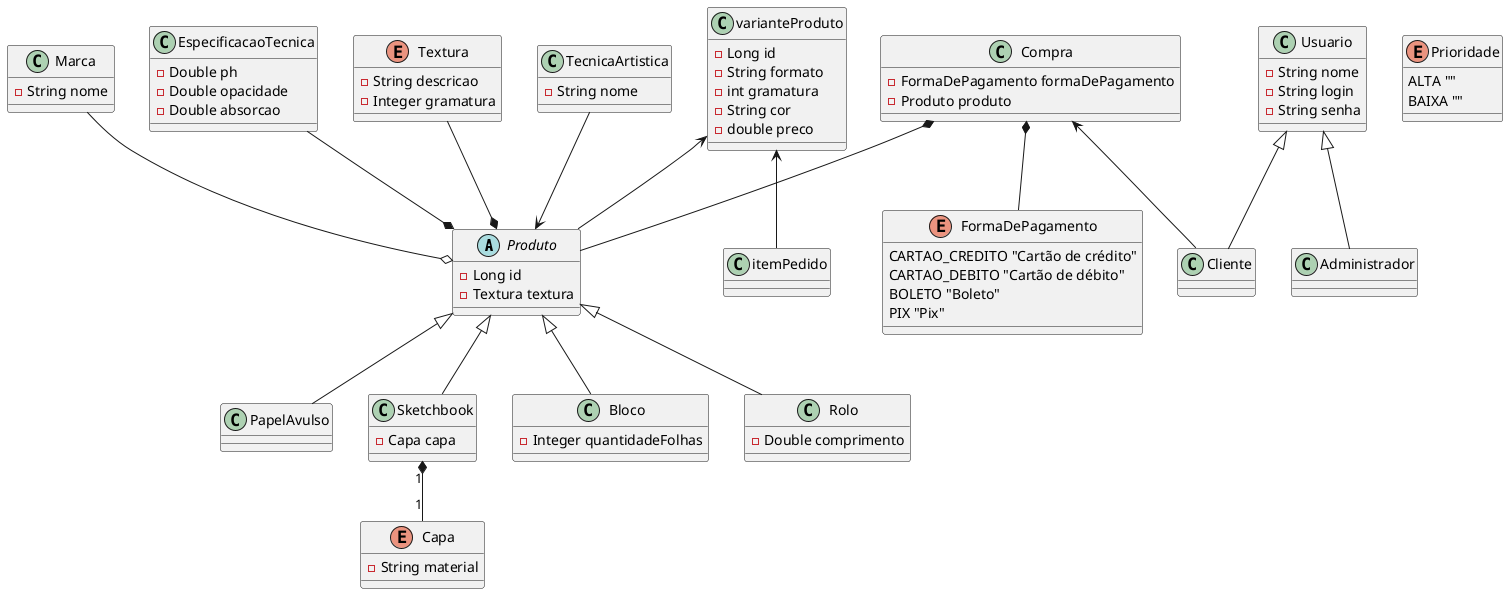
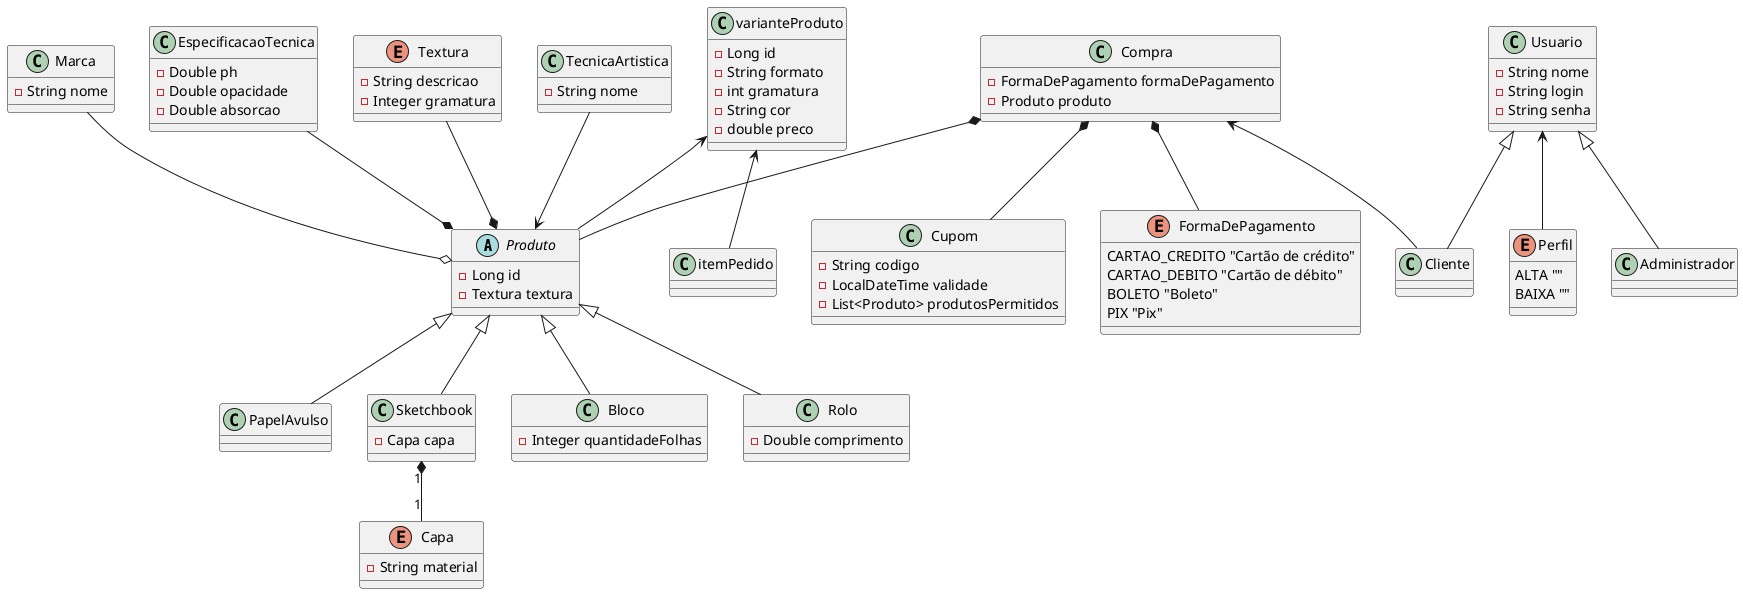
@startuml Diagram

 abstract class Produto {
 -Long id
 -Textura textura
 }

  class PapelAvulso {}

 class TecnicaArtistica {
  -String nome
 }

 class Marca {
-String nome
 }

 class Sketchbook{
 -Capa capa
 }

 class Bloco {
 -Integer quantidadeFolhas
 }


class varianteProduto{
  -Long id
  -String formato
  -int gramatura
  -String cor
  -double preco
}
 class Rolo {
 -Double comprimento
 }



 class EspecificacaoTecnica{
 -Double ph
 -Double opacidade
 -Double absorcao
 }

enum Capa {
-String material
}

enum Textura {
-String descricao
-Integer gramatura
}



Textura --* Produto
varianteProduto <-- Produto
varianteProduto <-- itemPedido
EspecificacaoTecnica --* Produto
Marca --o Produto
TecnicaArtistica --> Produto

Sketchbook "1"*--"1" Capa



Produto <|-- Bloco
Produto <|-- Rolo
Produto <|-- Sketchbook
Produto <|-- PapelAvulso

class Usuario {
-String nome
-String login
-String senha
}

class Cliente {}

enum FormaDePagamento{
CARTAO_CREDITO "Cartão de crédito"
CARTAO_DEBITO "Cartão de débito"
BOLETO "Boleto"
PIX "Pix"
}

class Compra {
-FormaDePagamento formaDePagamento
-Produto produto
}

class Administrador {}

- enum Prioridade{
+ enum Perfil{
ALTA ""
BAIXA ""
}
- 
+ class Cupom {
+   -String codigo
+   -LocalDateTime validade
+   -List<Produto> produtosPermitidos
+ }
+ Usuario <-- Perfil
Compra <-- Cliente
Compra *-- Produto
Compra *-- FormaDePagamento
+ Compra *-- Cupom

Usuario <|-- Administrador
Usuario <|-- Cliente

@enduml